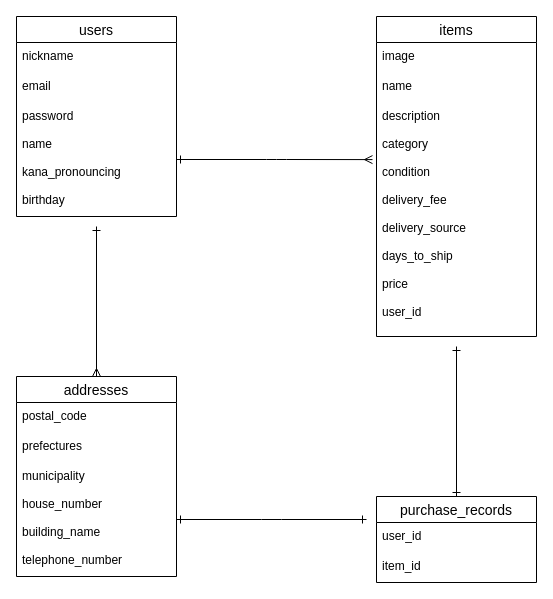
This is test.dio from yuuki-gotou/furima-32902, a draw.io file, before an edit. Source tidied: cells renumbered, new cells numbered last; positions are measured from the earlier drawing's top-left corner, leaving out a move shared by most shapes. Both pictures are drawn from the tidied source at 100%, with x=0, y=0 at pixel (16, 16).
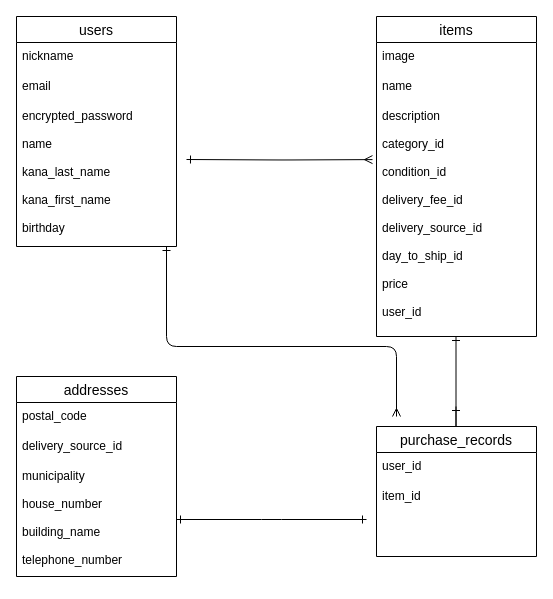
The same page after the edit.

The change refers to these unchanged cells:
```xml
<mxCell id="6" value="items" style="swimlane;fontStyle=0;horizontal=1;startSize=26;align=center;fontSize=14;" parent="1" vertex="1">
  <mxGeometry x="360" width="160" height="320" as="geometry" />
</mxCell>
<mxCell id="15" value="addresses" style="swimlane;fontStyle=0;horizontal=1;startSize=26;align=center;fontSize=14;" parent="1" vertex="1">
  <mxGeometry y="360" width="160" height="200" as="geometry" />
</mxCell>
```

Change to the diagram source:
```diff
@@
     <mxCell id="2" value="users" style="swimlane;fontStyle=0;horizontal=1;startSize=26;align=center;fontSize=14;" parent="1" vertex="1">
-      <mxGeometry width="160" height="200" as="geometry" />
+      <mxGeometry width="160" height="230" as="geometry" />
     </mxCell>
@@
-    <mxCell id="5" value="password&#10;&#10;name&#10;&#10;kana_pronouncing&#10;&#10;birthday" style="text;strokeColor=none;fillColor=none;spacingLeft=4;spacingRight=4;overflow=hidden;points=[[0,0.5],[1,0.5]];portConstraint=eastwest;fontSize=12;" parent="2" vertex="1">
-      <mxGeometry y="86" width="160" height="114" as="geometry" />
+    <mxCell id="5" value="encrypted_password&#10;&#10;name&#10;&#10;kana_last_name&#10;&#10;kana_first_name&#10;&#10;birthday" style="text;strokeColor=none;fillColor=none;spacingLeft=4;spacingRight=4;overflow=hidden;points=[[0,0.5],[1,0.5]];portConstraint=eastwest;fontSize=12;" parent="2" vertex="1">
+      <mxGeometry y="86" width="160" height="144" as="geometry" />
     </mxCell>
@@
-    <mxCell id="9" value="description&#10;&#10;category&#10;&#10;condition&#10;&#10;delivery_fee&#10;&#10;delivery_source&#10;&#10;days_to_ship&#10;&#10;price&#10;&#10;user_id" style="text;strokeColor=none;fillColor=none;spacingLeft=4;spacingRight=4;overflow=hidden;points=[[0,0.5],[1,0.5]];portConstraint=eastwest;fontSize=12;" parent="6" vertex="1">
+    <mxCell id="9" value="description&#10;&#10;category_id&#10;&#10;condition_id&#10;&#10;delivery_fee_id&#10;&#10;delivery_source_id&#10;&#10;day_to_ship_id&#10;&#10;price&#10;&#10;user_id" style="text;strokeColor=none;fillColor=none;spacingLeft=4;spacingRight=4;overflow=hidden;points=[[0,0.5],[1,0.5]];portConstraint=eastwest;fontSize=12;" parent="6" vertex="1">
       <mxGeometry y="86" width="160" height="234" as="geometry" />
     </mxCell>
-    <mxCell id="10" style="edgeStyle=orthogonalEdgeStyle;curved=0;rounded=1;sketch=0;jettySize=auto;html=1;exitX=0.5;exitY=0;exitDx=0;exitDy=0;startArrow=ERone;startFill=0;endArrow=ERone;endFill=0;" parent="1" edge="1" source="11">
+    <mxCell id="10" style="edgeStyle=orthogonalEdgeStyle;curved=0;rounded=1;sketch=0;orthogonalLoop=1;jettySize=auto;html=1;startArrow=ERone;startFill=0;endArrow=ERone;endFill=0;" parent="1" edge="1">
       <mxGeometry relative="1" as="geometry">
-        <mxPoint x="440" y="330" as="targetPoint" />
+        <mxPoint x="439.5" y="390" as="sourcePoint" />
+        <mxPoint x="439.5" y="320" as="targetPoint" />
+        <Array as="points">
+          <mxPoint x="439.5" y="420" />
+          <mxPoint x="439.5" y="420" />
+        </Array>
       </mxGeometry>
     </mxCell>
     <mxCell id="11" value="purchase_records" style="swimlane;fontStyle=0;horizontal=1;startSize=26;align=center;fontSize=14;" parent="1" vertex="1">
-      <mxGeometry x="360" y="480" width="160" height="86" as="geometry" />
+      <mxGeometry x="360" y="410" width="160" height="130" as="geometry" />
     </mxCell>
@@
     <mxCell id="13" value="item_id" style="text;strokeColor=none;fillColor=none;spacingLeft=4;spacingRight=4;overflow=hidden;fontSize=12;" parent="11" vertex="1">
-      <mxGeometry y="56" width="160" height="30" as="geometry" />
+      <mxGeometry y="56" width="160" height="74" as="geometry" />
     </mxCell>
-    <mxCell id="14" style="edgeStyle=orthogonalEdgeStyle;curved=0;rounded=1;sketch=0;jettySize=auto;html=1;exitX=0.5;exitY=0;exitDx=0;exitDy=0;startArrow=ERmany;startFill=0;endArrow=ERone;endFill=0;" parent="1" edge="1" source="15">
+    <mxCell id="14" style="edgeStyle=orthogonalEdgeStyle;curved=0;rounded=1;sketch=0;orthogonalLoop=1;jettySize=auto;html=1;startArrow=ERmany;startFill=0;endArrow=ERone;endFill=0;" parent="1" edge="1">
       <mxGeometry relative="1" as="geometry">
-        <mxPoint x="80" y="210" as="targetPoint" />
+        <mxPoint x="380" y="400" as="sourcePoint" />
+        <mxPoint x="150" y="230" as="targetPoint" />
+        <Array as="points">
+          <mxPoint x="380" y="330" />
+          <mxPoint x="150" y="330" />
+        </Array>
       </mxGeometry>
     </mxCell>
@@
-    <mxCell id="17" value="prefectures&#10;" style="text;strokeColor=none;fillColor=none;spacingLeft=4;spacingRight=4;overflow=hidden;fontSize=12;" parent="15" vertex="1">
+    <mxCell id="17" value="delivery_source_id" style="text;strokeColor=none;fillColor=none;spacingLeft=4;spacingRight=4;overflow=hidden;fontSize=12;" parent="15" vertex="1">
       <mxGeometry y="56" width="160" height="30" as="geometry" />
     </mxCell>
@@
-    <mxCell id="20" style="edgeStyle=orthogonalEdgeStyle;curved=0;rounded=1;sketch=0;jettySize=auto;html=1;exitX=1;exitY=0.5;exitDx=0;exitDy=0;entryX=-0.025;entryY=0.244;entryDx=0;entryDy=0;entryPerimeter=0;startArrow=ERone;startFill=0;endArrow=ERmany;endFill=0;" parent="1" edge="1" source="5" target="9">
-      <mxGeometry relative="1" as="geometry" />
+    <mxCell id="20" style="edgeStyle=orthogonalEdgeStyle;curved=0;rounded=1;sketch=0;jettySize=auto;html=1;entryX=-0.025;entryY=0.244;entryDx=0;entryDy=0;entryPerimeter=0;startArrow=ERone;startFill=0;endArrow=ERmany;endFill=0;" parent="1" edge="1" target="9">
+      <mxGeometry relative="1" as="geometry">
+        <mxPoint x="170" y="143" as="sourcePoint" />
+      </mxGeometry>
     </mxCell>
```
